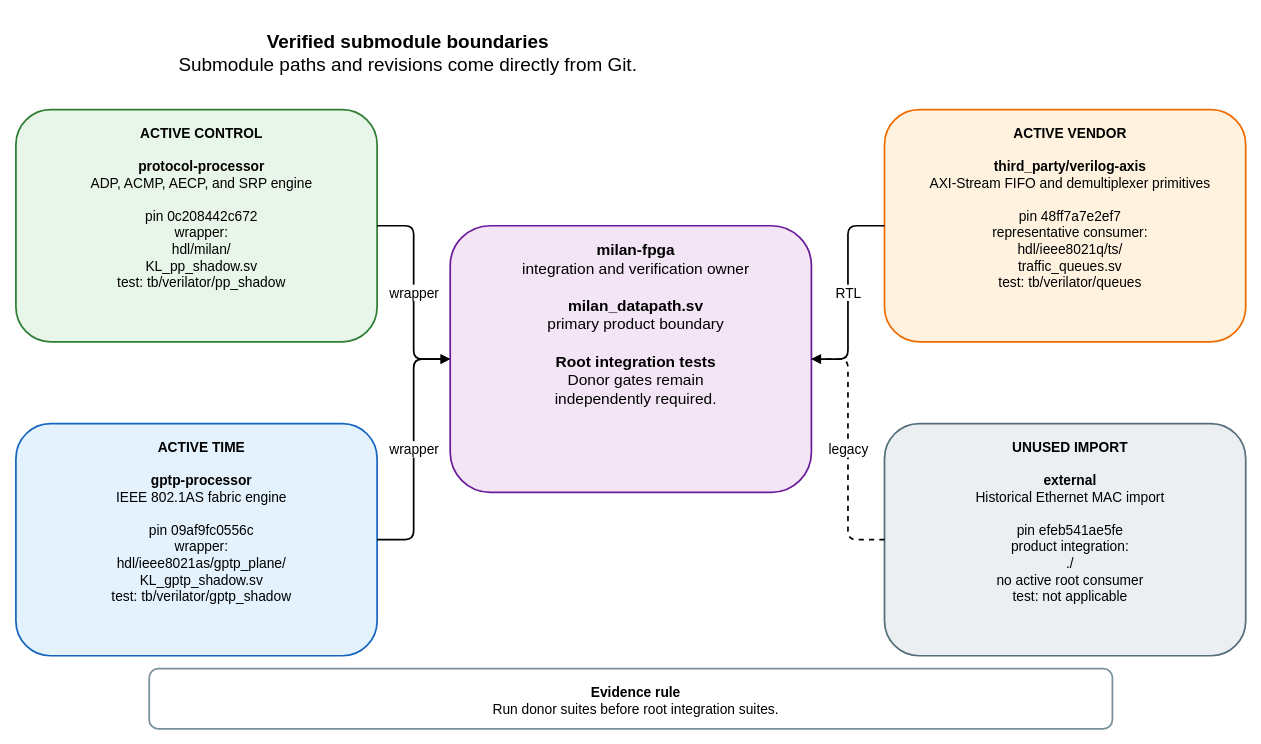
This is docs/diagrams/submodule_boundaries.drawio from kebag-logic/milan-fpga, a draw.io file, before an edit. Source tidied: cells renumbered, new cells numbered last; positions are measured from the earlier drawing's top-left corner, leaving out a move shared by most shapes. Both pictures are drawn from the tidied source at 86%, with x=0, y=0 at pixel (15, 15).
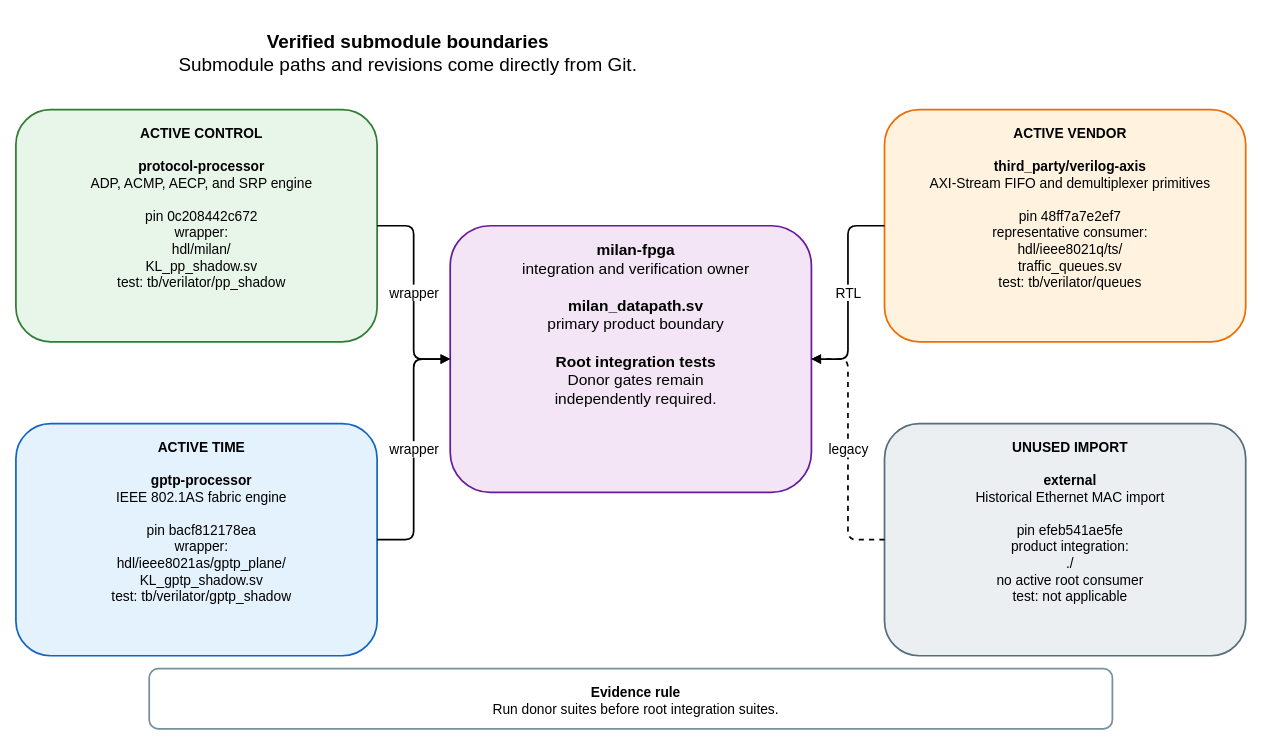
After the change.

Commit message (it also covers changes not shown here):
Pin gptp-processor at donor main bacf812

What changed in the source:
```diff
@@
 <mxGraphModel>
   <root>
     <mxCell id="0" />
     <mxCell id="1" parent="0" />
     <mxCell id="2" value="&lt;b&gt;Verified submodule boundaries&lt;/b&gt;&lt;br&gt;Submodule paths and revisions come directly from Git." style="rounded=1;whiteSpace=wrap;html=1;verticalAlign=top;spacingTop=12;spacingLeft=12;fontSize=22;fontFamily=Helvetica;fillColor=none;strokeColor=none;strokeWidth=2;" parent="1" vertex="1">
       <mxGeometry width="900" height="65" as="geometry" />
     </mxCell>
     <mxCell id="3" value="&lt;b&gt;milan-fpga&lt;/b&gt;&lt;br&gt;integration and verification owner&lt;br&gt;&lt;br&gt;&lt;b&gt;milan_datapath.sv&lt;/b&gt;&lt;br&gt;primary product boundary&lt;br&gt;&lt;br&gt;&lt;b&gt;Root integration tests&lt;/b&gt;&lt;br&gt;Donor gates remain&lt;br&gt;independently required." style="rounded=1;whiteSpace=wrap;html=1;verticalAlign=top;spacingTop=12;spacingLeft=12;fontSize=18;fontFamily=Helvetica;fillColor=#F3E5F5;strokeColor=#6A1B9A;strokeWidth=2;" parent="1" vertex="1">
       <mxGeometry x="505" y="245" width="420" height="310" as="geometry" />
     </mxCell>
     <mxCell id="4" value="&lt;b&gt;ACTIVE CONTROL&lt;/b&gt;&lt;br&gt;&lt;br&gt;&lt;b&gt;protocol-processor&lt;/b&gt;&lt;br&gt;ADP, ACMP, AECP, and SRP engine&lt;br&gt;&lt;br&gt;pin 0c208442c672&lt;br&gt;wrapper:&lt;br&gt;hdl/milan/&lt;br&gt;KL_pp_shadow.sv&lt;br&gt;test: tb/verilator/pp_shadow" style="rounded=1;whiteSpace=wrap;html=1;verticalAlign=top;spacingTop=12;spacingLeft=12;fontSize=16;fontFamily=Helvetica;fillColor=#E8F5E9;strokeColor=#2E7D32;strokeWidth=2;" parent="1" vertex="1">
       <mxGeometry y="110" width="420" height="270" as="geometry" />
     </mxCell>
-    <mxCell id="5" value="&lt;b&gt;ACTIVE TIME&lt;/b&gt;&lt;br&gt;&lt;br&gt;&lt;b&gt;gptp-processor&lt;/b&gt;&lt;br&gt;IEEE 802.1AS fabric engine&lt;br&gt;&lt;br&gt;pin 09af9fc0556c&lt;br&gt;wrapper:&lt;br&gt;hdl/ieee8021as/gptp_plane/&lt;br&gt;KL_gptp_shadow.sv&lt;br&gt;test: tb/verilator/gptp_shadow" style="rounded=1;whiteSpace=wrap;html=1;verticalAlign=top;spacingTop=12;spacingLeft=12;fontSize=16;fontFamily=Helvetica;fillColor=#E3F2FD;strokeColor=#1565C0;strokeWidth=2;" parent="1" vertex="1">
+    <mxCell id="5" value="&lt;b&gt;ACTIVE TIME&lt;/b&gt;&lt;br&gt;&lt;br&gt;&lt;b&gt;gptp-processor&lt;/b&gt;&lt;br&gt;IEEE 802.1AS fabric engine&lt;br&gt;&lt;br&gt;pin bacf812178ea&lt;br&gt;wrapper:&lt;br&gt;hdl/ieee8021as/gptp_plane/&lt;br&gt;KL_gptp_shadow.sv&lt;br&gt;test: tb/verilator/gptp_shadow" style="rounded=1;whiteSpace=wrap;html=1;verticalAlign=top;spacingTop=12;spacingLeft=12;fontSize=16;fontFamily=Helvetica;fillColor=#E3F2FD;strokeColor=#1565C0;strokeWidth=2;" parent="1" vertex="1">
       <mxGeometry y="475" width="420" height="270" as="geometry" />
     </mxCell>
     <mxCell id="6" value="&lt;b&gt;ACTIVE VENDOR&lt;/b&gt;&lt;br&gt;&lt;br&gt;&lt;b&gt;third_party/verilog-axis&lt;/b&gt;&lt;br&gt;AXI-Stream FIFO and demultiplexer primitives&lt;br&gt;&lt;br&gt;pin 48ff7a7e2ef7&lt;br&gt;representative consumer:&lt;br&gt;hdl/ieee8021q/ts/&lt;br&gt;traffic_queues.sv&lt;br&gt;test: tb/verilator/queues" style="rounded=1;whiteSpace=wrap;html=1;verticalAlign=top;spacingTop=12;spacingLeft=12;fontSize=16;fontFamily=Helvetica;fillColor=#FFF3E0;strokeColor=#EF6C00;strokeWidth=2;" parent="1" vertex="1">
       <mxGeometry x="1010" y="110" width="420" height="270" as="geometry" />
     </mxCell>
     <mxCell id="7" value="&lt;b&gt;UNUSED IMPORT&lt;/b&gt;&lt;br&gt;&lt;br&gt;&lt;b&gt;external&lt;/b&gt;&lt;br&gt;Historical Ethernet MAC import&lt;br&gt;&lt;br&gt;pin efeb541ae5fe&lt;br&gt;product integration:&lt;br&gt;./&lt;br&gt;no active root consumer&lt;br&gt;test: not applicable" style="rounded=1;whiteSpace=wrap;html=1;verticalAlign=top;spacingTop=12;spacingLeft=12;fontSize=16;fontFamily=Helvetica;fillColor=#ECEFF1;strokeColor=#546E7A;strokeWidth=2;" parent="1" vertex="1">
       <mxGeometry x="1010" y="475" width="420" height="270" as="geometry" />
     </mxCell>
     <mxCell id="8" value="wrapper" style="edgeStyle=orthogonalEdgeStyle;rounded=1;jettySize=auto;html=1;endArrow=block;endFill=1;strokeWidth=2;fontSize=16;fontFamily=Helvetica;labelBackgroundColor=#FFFFFF;" parent="1" edge="1" source="4" target="3">
       <mxGeometry relative="1" as="geometry" />
     </mxCell>
     <mxCell id="9" value="wrapper" style="edgeStyle=orthogonalEdgeStyle;rounded=1;jettySize=auto;html=1;endArrow=block;endFill=1;strokeWidth=2;fontSize=16;fontFamily=Helvetica;labelBackgroundColor=#FFFFFF;" parent="1" edge="1" source="5" target="3">
       <mxGeometry relative="1" as="geometry" />
     </mxCell>
     <mxCell id="10" value="RTL" style="edgeStyle=orthogonalEdgeStyle;rounded=1;jettySize=auto;html=1;endArrow=block;endFill=1;strokeWidth=2;fontSize=16;fontFamily=Helvetica;labelBackgroundColor=#FFFFFF;" parent="1" edge="1" source="6" target="3">
       <mxGeometry relative="1" as="geometry" />
     </mxCell>
     <mxCell id="11" value="legacy" style="edgeStyle=orthogonalEdgeStyle;rounded=1;jettySize=auto;html=1;endArrow=block;endFill=1;strokeWidth=2;fontSize=16;fontFamily=Helvetica;labelBackgroundColor=#FFFFFF;dashed=1;" parent="1" edge="1" source="7" target="3">
       <mxGeometry relative="1" as="geometry" />
     </mxCell>
     <mxCell id="12" value="&lt;b&gt;Evidence rule&lt;/b&gt;&lt;br&gt;Run donor suites before root integration suites." style="rounded=1;whiteSpace=wrap;html=1;verticalAlign=top;spacingTop=12;spacingLeft=12;fontSize=16;fontFamily=Helvetica;fillColor=#FFFFFF;strokeColor=#78909C;strokeWidth=2;" parent="1" vertex="1">
       <mxGeometry x="155" y="760" width="1120" height="70" as="geometry" />
     </mxCell>
   </root>
 </mxGraphModel>
```
